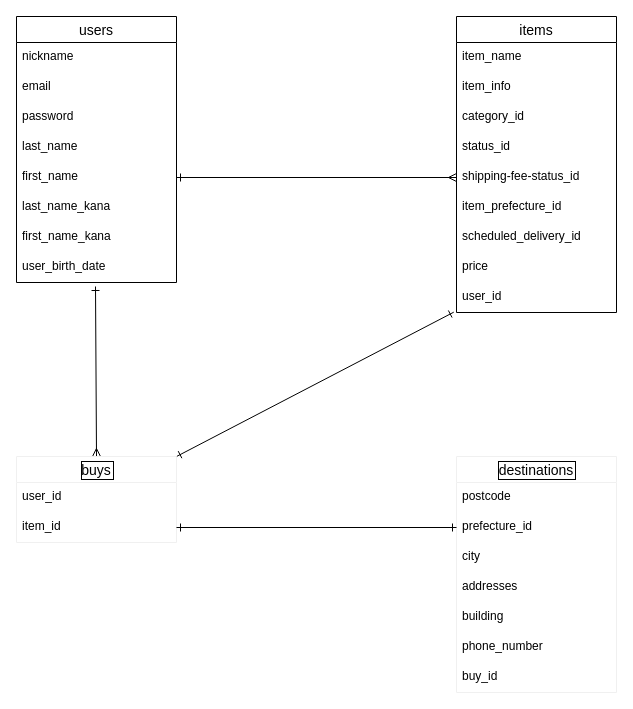
The draw.io diagram er.dio in mikaymgc/furima-37298, before the edit. Source tidied: cells renumbered, new cells numbered last; positions are measured from the earlier drawing's top-left corner, leaving out a move shared by most shapes. Both pictures are drawn from the tidied source at 100%, with x=0, y=0 at pixel (16, 16).
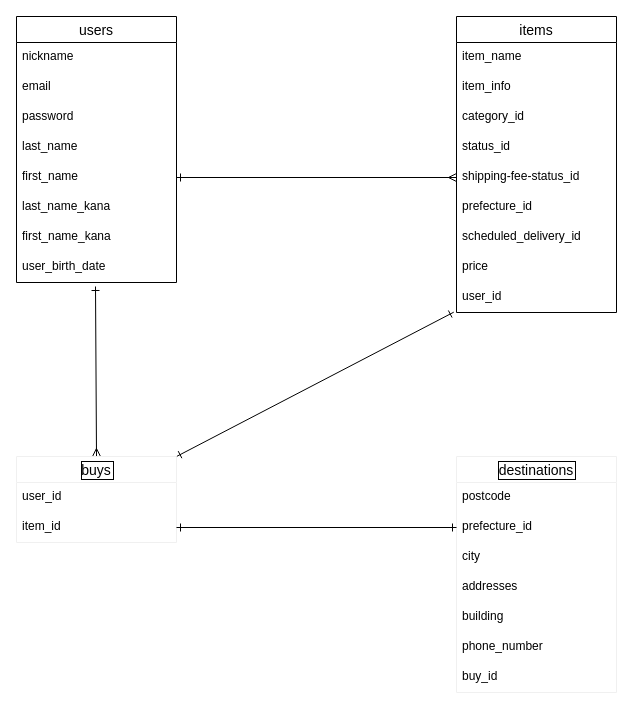
After the change.

Commit message (it also covers changes not shown here):
データベース設計　修正３

Unchanged cells that the change refers to:
```xml
<mxCell id="11" value="items" style="swimlane;fontStyle=0;horizontal=1;startSize=26;align=center;fontSize=14;" parent="1" vertex="1">
  <mxGeometry x="440" width="160" height="296" as="geometry" />
</mxCell>
```

The edit, as a diff of the source:
```diff
@@
-    <mxCell id="17" value="item_prefecture_id" style="text;strokeColor=none;fillColor=none;spacingLeft=4;spacingRight=4;overflow=hidden;fontSize=12;" parent="11" vertex="1">
+    <mxCell id="17" value="prefecture_id" style="text;strokeColor=none;fillColor=none;spacingLeft=4;spacingRight=4;overflow=hidden;fontSize=12;" parent="11" vertex="1">
       <mxGeometry y="176" width="160" height="30" as="geometry" />
     </mxCell>
```
